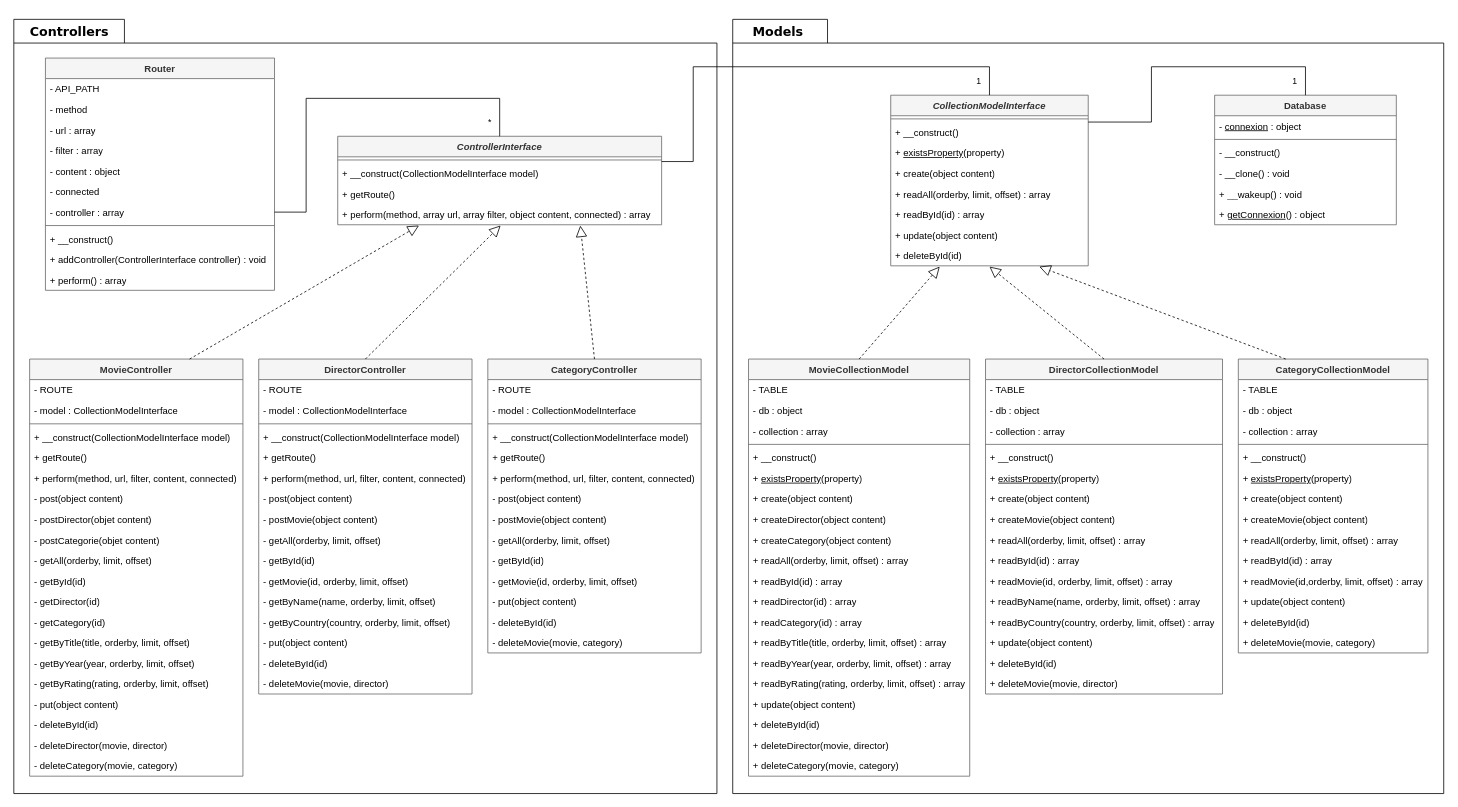
The draw.io diagram video-api-uml.drawio in ianasheu/video-api, before the edit. Source tidied: cells renumbered, new cells numbered last; positions are measured from the earlier drawing's top-left corner, leaving out a move shared by most shapes. Both pictures are drawn from the tidied source at 79%, with x=0, y=0 at pixel (13, 13).
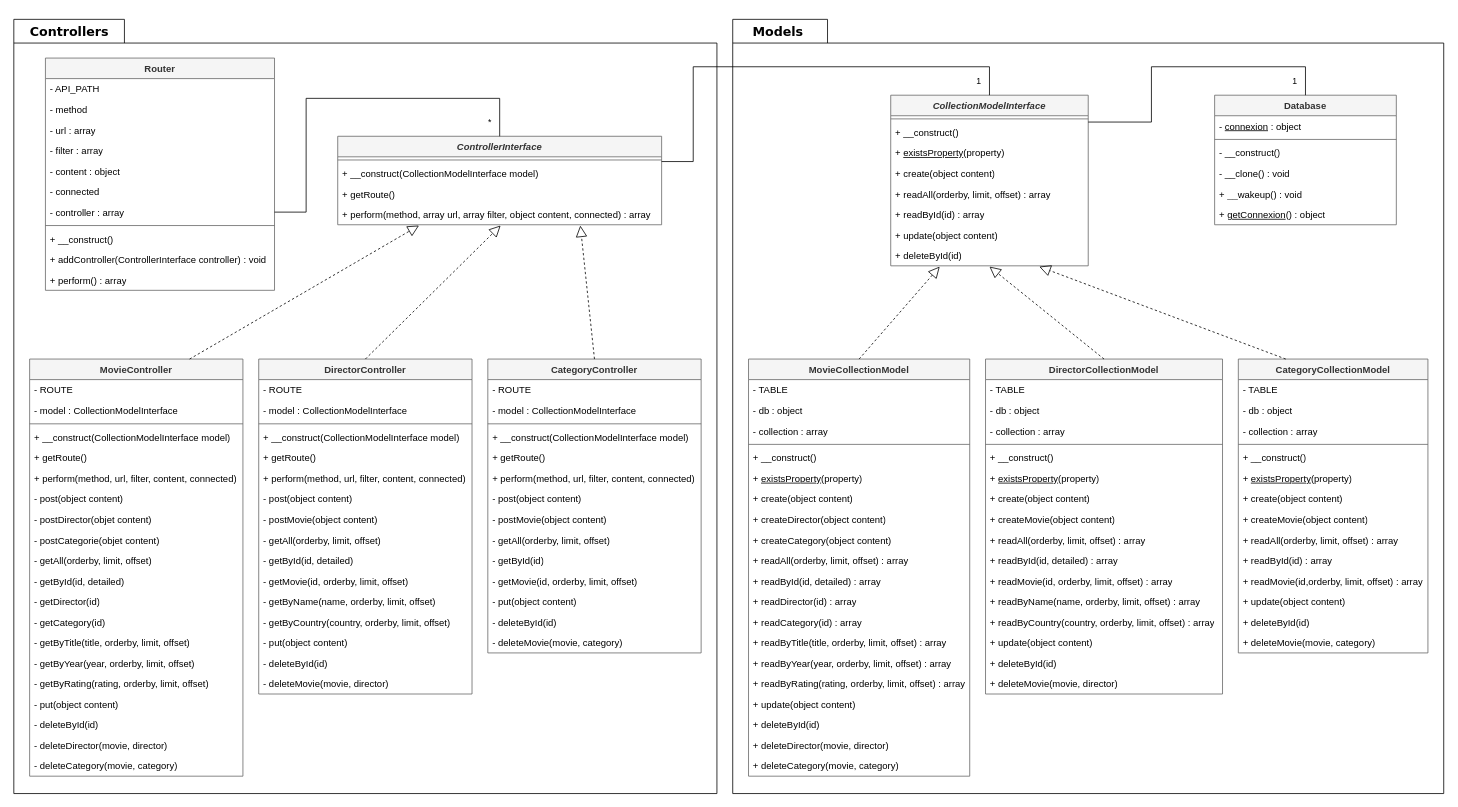
Above is the later version.

The change refers to these unchanged cells:
```xml
<mxCell id="21" value="DirectorController" style="swimlane;fontStyle=1;align=center;verticalAlign=top;horizontal=1;startSize=26;whiteSpace=wrap;html=1;fillColor=#f5f5f5;fontColor=#333333;strokeColor=#666666;" parent="1" vertex="1">
  <mxGeometry x="310" y="437" width="270" height="424" as="geometry" />
</mxCell>
<mxCell id="38" value="MovieController" style="swimlane;fontStyle=1;align=center;verticalAlign=top;horizontal=1;startSize=26;whiteSpace=wrap;html=1;fillColor=#f5f5f5;fontColor=#333333;strokeColor=#666666;" parent="1" vertex="1">
  <mxGeometry x="20" y="437" width="270" height="528" as="geometry" />
</mxCell>
<mxCell id="70" value="MovieCollectionModel" style="swimlane;fontStyle=1;align=center;verticalAlign=top;horizontal=1;startSize=26;whiteSpace=wrap;html=1;fillColor=#f5f5f5;fontColor=#333333;strokeColor=#666666;" parent="1" vertex="1">
  <mxGeometry x="930" y="437" width="280" height="528" as="geometry" />
</mxCell>
<mxCell id="91" value="DirectorCollectionModel" style="swimlane;fontStyle=1;align=center;verticalAlign=top;horizontal=1;startSize=26;whiteSpace=wrap;html=1;fillColor=#f5f5f5;fontColor=#333333;strokeColor=#666666;" parent="1" vertex="1">
  <mxGeometry x="1230" y="437" width="300" height="424" as="geometry" />
</mxCell>
```

Diff of the diagram source:
```diff
@@
-    <mxCell id="31" value="- getById(id)" style="text;strokeColor=none;fillColor=none;align=left;verticalAlign=top;spacingLeft=4;spacingRight=4;overflow=hidden;whiteSpace=wrap;html=1;" parent="21" vertex="1">
+    <mxCell id="31" value="- getById(id, detailed)" style="text;strokeColor=none;fillColor=none;align=left;verticalAlign=top;spacingLeft=4;spacingRight=4;overflow=hidden;whiteSpace=wrap;html=1;" parent="21" vertex="1">
       <mxGeometry y="242" width="270" height="26" as="geometry" />
     </mxCell>
@@
-    <mxCell id="49" value="- getById(id)" style="text;strokeColor=none;fillColor=none;align=left;verticalAlign=top;spacingLeft=4;spacingRight=4;overflow=hidden;whiteSpace=wrap;html=1;" parent="38" vertex="1">
+    <mxCell id="49" value="- getById(id, detailed)" style="text;strokeColor=none;fillColor=none;align=left;verticalAlign=top;spacingLeft=4;spacingRight=4;overflow=hidden;whiteSpace=wrap;html=1;" parent="38" vertex="1">
       <mxGeometry y="268" width="270" height="26" as="geometry" />
     </mxCell>
@@
-    <mxCell id="81" value="+ readById(id)&amp;nbsp;: array" style="text;strokeColor=none;fillColor=none;align=left;verticalAlign=top;spacingLeft=4;spacingRight=4;overflow=hidden;whiteSpace=wrap;html=1;" parent="70" vertex="1">
+    <mxCell id="81" value="+ readById(id, detailed)&amp;nbsp;: array" style="text;strokeColor=none;fillColor=none;align=left;verticalAlign=top;spacingLeft=4;spacingRight=4;overflow=hidden;whiteSpace=wrap;html=1;" parent="70" vertex="1">
       <mxGeometry y="268" width="280" height="26" as="geometry" />
     </mxCell>
@@
-    <mxCell id="101" value="+ readById(id)&amp;nbsp;: array" style="text;strokeColor=none;fillColor=none;align=left;verticalAlign=top;spacingLeft=4;spacingRight=4;overflow=hidden;whiteSpace=wrap;html=1;" parent="91" vertex="1">
+    <mxCell id="101" value="+ readById(id, detailed)&amp;nbsp;: array" style="text;strokeColor=none;fillColor=none;align=left;verticalAlign=top;spacingLeft=4;spacingRight=4;overflow=hidden;whiteSpace=wrap;html=1;" parent="91" vertex="1">
       <mxGeometry y="242" width="300" height="26" as="geometry" />
     </mxCell>
```
